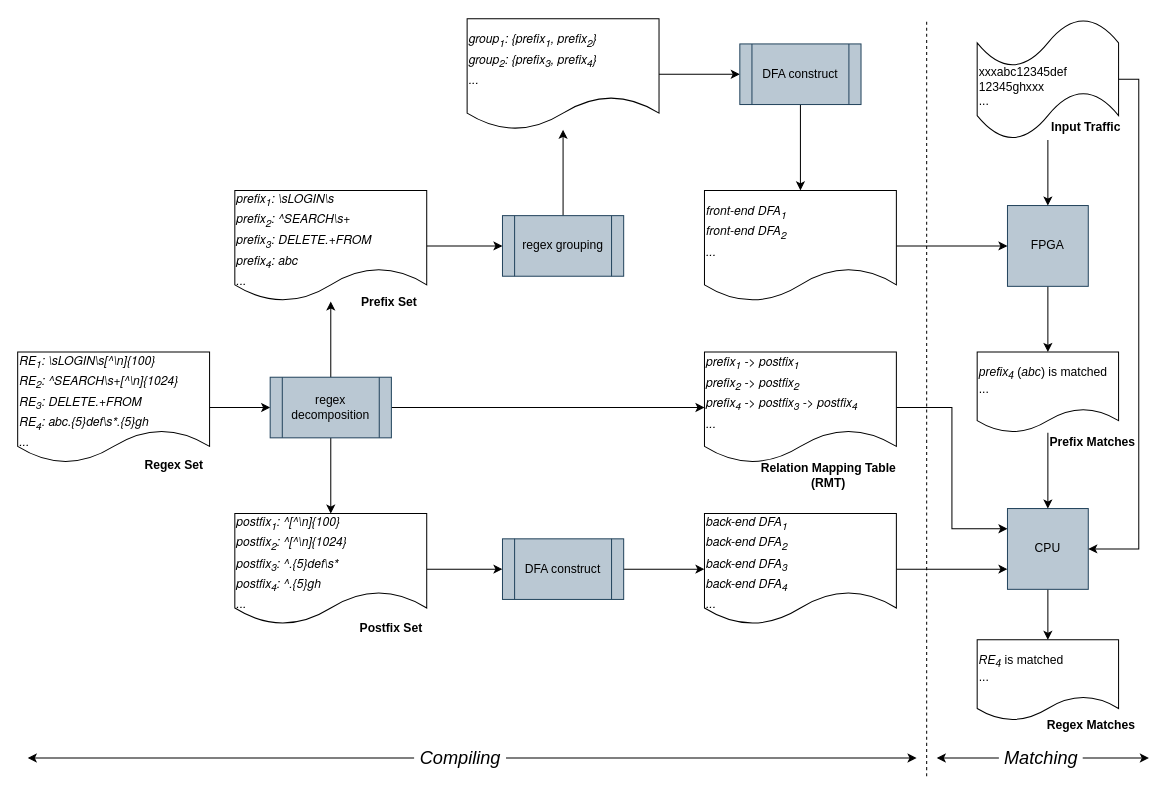
Earlier version of the draw.io diagram HFCA_arch_detail.drawio (daveMmd/hello-world). Source tidied: cells renumbered, new cells numbered last; positions are measured from the earlier drawing's top-left corner, leaving out a move shared by most shapes. Both pictures are drawn from the tidied source at 101%, with x=0, y=0 at pixel (17, 18).
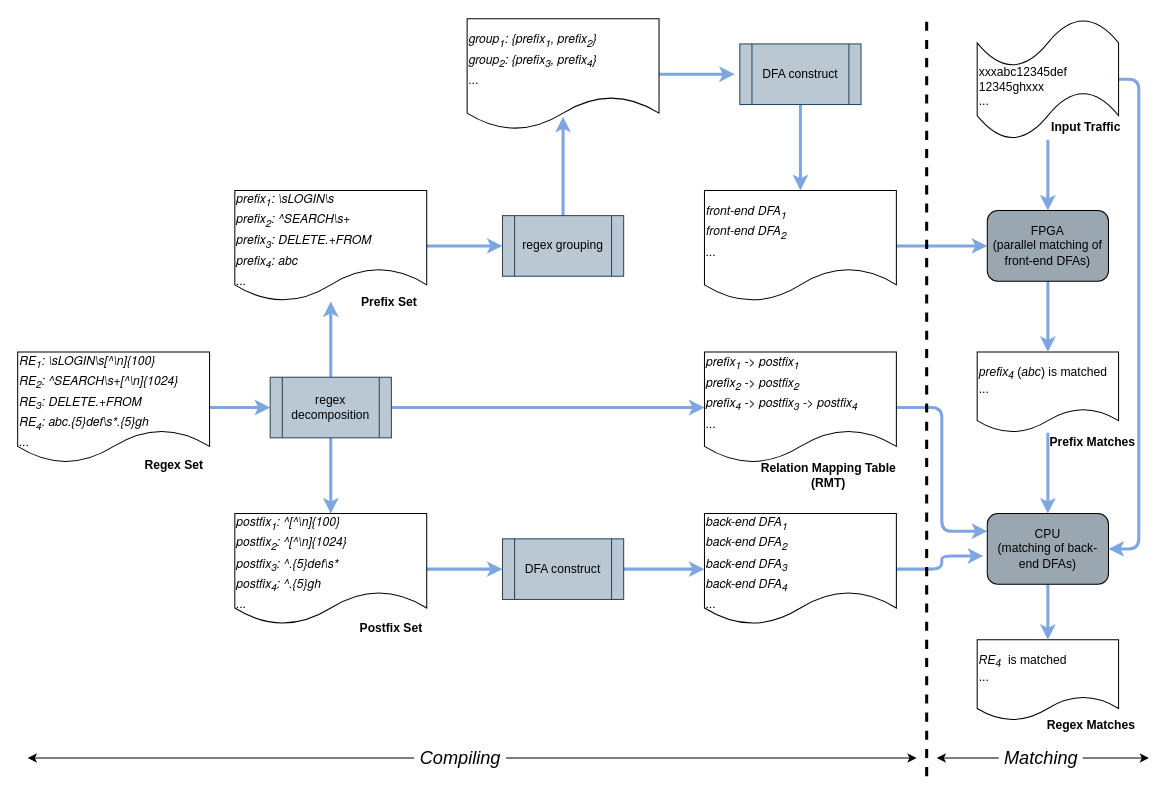
The same page after the edit.

The change refers to these unchanged cells:
```xml
<mxCell id="3" value="&lt;p class=&quot;p1&quot; style=&quot;margin: 0px ; font-stretch: normal ; line-height: normal ; font-family: &amp;#34;helvetica neue&amp;#34;&quot;&gt;&lt;font style=&quot;font-size: 12px&quot;&gt;&lt;i&gt;&lt;br&gt;&lt;/i&gt;&lt;/font&gt;&lt;/p&gt;&lt;p class=&quot;p1&quot; style=&quot;margin: 0px ; font-stretch: normal ; line-height: normal ; font-family: &amp;#34;helvetica neue&amp;#34;&quot;&gt;&lt;font style=&quot;font-size: 12px&quot;&gt;&lt;i&gt;RE&lt;sub&gt;1&lt;/sub&gt;: \sLOGIN\s[^\n]{100}&lt;/i&gt;&lt;br&gt;&lt;/font&gt;&lt;/p&gt;&lt;p class=&quot;p1&quot; style=&quot;margin: 0px ; font-stretch: normal ; line-height: normal ; font-family: &amp;#34;helvetica neue&amp;#34;&quot;&gt;&lt;span class=&quot;s1&quot;&gt;&lt;i&gt;&lt;font style=&quot;font-size: 12px&quot;&gt;RE&lt;sub&gt;2&lt;/sub&gt;: ^SEARCH\s+[^\n]{1024}&lt;/font&gt;&lt;/i&gt;&lt;/span&gt;&lt;/p&gt;&lt;p class=&quot;p1&quot; style=&quot;margin: 0px ; font-stretch: normal ; line-height: normal ; font-family: &amp;#34;helvetica neue&amp;#34;&quot;&gt;&lt;span class=&quot;s1&quot;&gt;&lt;i&gt;&lt;font style=&quot;font-size: 12px&quot;&gt;RE&lt;sub&gt;3&lt;/sub&gt;: DELETE.+FROM&lt;/font&gt;&lt;/i&gt;&lt;/span&gt;&lt;/p&gt;&lt;p class=&quot;p1&quot; style=&quot;margin: 0px ; font-stretch: normal ; line-height: normal ; font-family: &amp;#34;helvetica neue&amp;#34;&quot;&gt;&lt;span class=&quot;s1&quot;&gt;&lt;i&gt;&lt;font style=&quot;font-size: 12px&quot;&gt;RE&lt;sub&gt;4&lt;/sub&gt;: abc.{5}def\s*.{5}gh&lt;/font&gt;&lt;/i&gt;&lt;/span&gt;&lt;/p&gt;&lt;p class=&quot;p1&quot; style=&quot;margin: 0px ; font-stretch: normal ; line-height: normal ; font-family: &amp;#34;helvetica neue&amp;#34;&quot;&gt;&lt;span class=&quot;s1&quot;&gt;&lt;i&gt;&lt;font style=&quot;font-size: 12px&quot;&gt;...&lt;/font&gt;&lt;/i&gt;&lt;/span&gt;&lt;/p&gt;" style="shape=document;whiteSpace=wrap;html=1;boundedLbl=1;align=left;" parent="1" vertex="1">
  <mxGeometry y="330" width="190" height="110" as="geometry" />
</mxCell>
<mxCell id="7" value="regex decomposition" style="shape=process;whiteSpace=wrap;html=1;backgroundOutline=1;fillColor=#bac8d3;strokeColor=#23445d;" parent="1" vertex="1">
  <mxGeometry x="250" y="355" width="120" height="60" as="geometry" />
</mxCell>
<mxCell id="9" value="&lt;p class=&quot;p1&quot; style=&quot;margin: 0px ; font-stretch: normal ; line-height: normal&quot;&gt;&lt;font face=&quot;helvetica neue&quot; style=&quot;font-size: 12px&quot;&gt;&lt;i&gt;&lt;br&gt;&lt;/i&gt;&lt;/font&gt;&lt;/p&gt;&lt;p class=&quot;p1&quot; style=&quot;margin: 0px ; font-stretch: normal ; line-height: normal&quot;&gt;&lt;font face=&quot;helvetica neue&quot; style=&quot;font-size: 12px&quot;&gt;&lt;i&gt;prefix&lt;sub&gt;1&lt;/sub&gt;: \sLOGIN\s&lt;/i&gt;&lt;/font&gt;&lt;/p&gt;&lt;p class=&quot;p1&quot; style=&quot;margin: 0px ; font-stretch: normal ; line-height: normal&quot;&gt;&lt;font face=&quot;helvetica neue&quot; style=&quot;font-size: 12px&quot;&gt;&lt;i&gt;prefix&lt;sub&gt;2&lt;/sub&gt;: ^SEARCH\s+&lt;/i&gt;&lt;/font&gt;&lt;/p&gt;&lt;p class=&quot;p1&quot; style=&quot;margin: 0px ; font-stretch: normal ; line-height: normal&quot;&gt;&lt;font face=&quot;helvetica neue&quot; style=&quot;font-size: 12px&quot;&gt;&lt;i&gt;prefix&lt;sub&gt;3&lt;/sub&gt;: DELETE.+FROM&lt;/i&gt;&lt;/font&gt;&lt;/p&gt;&lt;p class=&quot;p1&quot; style=&quot;margin: 0px ; font-stretch: normal ; line-height: normal&quot;&gt;&lt;font face=&quot;helvetica neue&quot; style=&quot;font-size: 12px&quot;&gt;&lt;i&gt;prefix&lt;sub&gt;4&lt;/sub&gt;: abc&lt;/i&gt;&lt;/font&gt;&lt;/p&gt;&lt;p class=&quot;p1&quot; style=&quot;margin: 0px ; font-stretch: normal ; line-height: normal&quot;&gt;&lt;font face=&quot;helvetica neue&quot; style=&quot;font-size: 12px&quot;&gt;&lt;i&gt;...&lt;/i&gt;&lt;/font&gt;&lt;/p&gt;" style="shape=document;whiteSpace=wrap;html=1;boundedLbl=1;align=left;" parent="1" vertex="1">
  <mxGeometry x="215" y="170" width="190" height="110" as="geometry" />
</mxCell>
<mxCell id="11" value="&lt;p class=&quot;p1&quot; style=&quot;margin: 0px ; font-stretch: normal ; line-height: normal&quot;&gt;&lt;font face=&quot;helvetica neue&quot; style=&quot;font-size: 12px&quot;&gt;&lt;i&gt;&lt;br&gt;&lt;/i&gt;&lt;/font&gt;&lt;/p&gt;&lt;p class=&quot;p1&quot; style=&quot;margin: 0px ; font-stretch: normal ; line-height: normal&quot;&gt;&lt;font face=&quot;helvetica neue&quot; style=&quot;font-size: 12px&quot;&gt;&lt;i&gt;postfix&lt;sub&gt;1&lt;/sub&gt;: ^[^\n]{100}&lt;/i&gt;&lt;/font&gt;&lt;/p&gt;&lt;p class=&quot;p1&quot; style=&quot;margin: 0px ; font-stretch: normal ; line-height: normal&quot;&gt;&lt;font face=&quot;helvetica neue&quot; style=&quot;font-size: 12px&quot;&gt;&lt;i&gt;postfix&lt;sub&gt;2&lt;/sub&gt;: ^[^\n]{1024}&lt;/i&gt;&lt;/font&gt;&lt;/p&gt;&lt;p class=&quot;p1&quot; style=&quot;margin: 0px ; font-stretch: normal ; line-height: normal&quot;&gt;&lt;font face=&quot;helvetica neue&quot; style=&quot;font-size: 12px&quot;&gt;&lt;i&gt;postfix&lt;sub&gt;3&lt;/sub&gt;: ^.{5}def\s*&lt;/i&gt;&lt;/font&gt;&lt;/p&gt;&lt;p class=&quot;p1&quot; style=&quot;margin: 0px ; font-stretch: normal ; line-height: normal&quot;&gt;&lt;font face=&quot;helvetica neue&quot; style=&quot;font-size: 12px&quot;&gt;&lt;i&gt;postfix&lt;sub&gt;4&lt;/sub&gt;: ^.{5}gh&lt;/i&gt;&lt;/font&gt;&lt;/p&gt;&lt;p class=&quot;p1&quot; style=&quot;margin: 0px ; font-stretch: normal ; line-height: normal&quot;&gt;&lt;font face=&quot;helvetica neue&quot; style=&quot;font-size: 12px&quot;&gt;&lt;i&gt;...&lt;/i&gt;&lt;/font&gt;&lt;/p&gt;" style="shape=document;whiteSpace=wrap;html=1;boundedLbl=1;align=left;" parent="1" vertex="1">
  <mxGeometry x="215" y="490" width="190" height="110" as="geometry" />
</mxCell>
<mxCell id="13" value="regex grouping" style="shape=process;whiteSpace=wrap;html=1;backgroundOutline=1;fillColor=#bac8d3;strokeColor=#23445d;" parent="1" vertex="1">
  <mxGeometry x="480" y="195" width="120" height="60" as="geometry" />
</mxCell>
<mxCell id="15" value="&lt;p class=&quot;p1&quot; style=&quot;margin: 0px ; font-stretch: normal ; line-height: normal&quot;&gt;&lt;font face=&quot;helvetica neue&quot; style=&quot;font-size: 12px&quot;&gt;&lt;i&gt;group&lt;sub&gt;1&lt;/sub&gt;: {prefix&lt;sub&gt;1&lt;/sub&gt;, prefix&lt;sub&gt;2&lt;/sub&gt;}&lt;/i&gt;&lt;/font&gt;&lt;/p&gt;&lt;p class=&quot;p1&quot; style=&quot;margin: 0px ; font-stretch: normal ; line-height: normal&quot;&gt;&lt;font face=&quot;helvetica neue&quot; style=&quot;font-size: 12px&quot;&gt;&lt;i&gt;group&lt;sub&gt;2&lt;/sub&gt;: {prefix&lt;sub&gt;3&lt;/sub&gt;, prefix&lt;sub&gt;4&lt;/sub&gt;}&lt;/i&gt;&lt;/font&gt;&lt;/p&gt;&lt;p class=&quot;p1&quot; style=&quot;margin: 0px ; font-stretch: normal ; line-height: normal&quot;&gt;&lt;font face=&quot;helvetica neue&quot; style=&quot;font-size: 12px&quot;&gt;&lt;i&gt;...&lt;/i&gt;&lt;/font&gt;&lt;/p&gt;" style="shape=document;whiteSpace=wrap;html=1;boundedLbl=1;align=left;" parent="1" vertex="1">
  <mxGeometry x="445" width="190" height="110" as="geometry" />
</mxCell>
<mxCell id="17" value="DFA construct" style="shape=process;whiteSpace=wrap;html=1;backgroundOutline=1;fillColor=#bac8d3;strokeColor=#23445d;" parent="1" vertex="1">
  <mxGeometry x="715" y="25" width="120" height="60" as="geometry" />
</mxCell>
<mxCell id="19" value="DFA construct" style="shape=process;whiteSpace=wrap;html=1;backgroundOutline=1;fillColor=#bac8d3;strokeColor=#23445d;" parent="1" vertex="1">
  <mxGeometry x="480" y="515" width="120" height="60" as="geometry" />
</mxCell>
<mxCell id="21" value="&lt;p class=&quot;p1&quot; style=&quot;margin: 0px ; font-stretch: normal ; line-height: normal&quot;&gt;&lt;font face=&quot;helvetica neue&quot; style=&quot;font-size: 12px&quot;&gt;&lt;i&gt;front-end DFA&lt;sub&gt;1&lt;/sub&gt;&lt;/i&gt;&lt;/font&gt;&lt;/p&gt;&lt;p class=&quot;p1&quot; style=&quot;margin: 0px ; font-stretch: normal ; line-height: normal&quot;&gt;&lt;font face=&quot;helvetica neue&quot; style=&quot;font-size: 12px&quot;&gt;&lt;i&gt;front-end DFA&lt;sub&gt;2&lt;/sub&gt;&lt;/i&gt;&lt;/font&gt;&lt;/p&gt;&lt;p class=&quot;p1&quot; style=&quot;margin: 0px ; font-stretch: normal ; line-height: normal&quot;&gt;&lt;font face=&quot;helvetica neue&quot; style=&quot;font-size: 12px&quot;&gt;&lt;i&gt;...&lt;/i&gt;&lt;/font&gt;&lt;/p&gt;" style="shape=document;whiteSpace=wrap;html=1;boundedLbl=1;align=left;" parent="1" vertex="1">
  <mxGeometry x="680" y="170" width="190" height="110" as="geometry" />
</mxCell>
<mxCell id="23" value="&lt;p class=&quot;p1&quot; style=&quot;margin: 0px ; font-stretch: normal ; line-height: normal&quot;&gt;&lt;font face=&quot;helvetica neue&quot; style=&quot;font-size: 12px&quot;&gt;&lt;i&gt;&lt;br&gt;&lt;/i&gt;&lt;/font&gt;&lt;/p&gt;&lt;p class=&quot;p1&quot; style=&quot;margin: 0px ; font-stretch: normal ; line-height: normal&quot;&gt;&lt;font face=&quot;helvetica neue&quot; style=&quot;font-size: 12px&quot;&gt;&lt;i&gt;back-end DFA&lt;sub&gt;1&lt;/sub&gt;&lt;/i&gt;&lt;/font&gt;&lt;/p&gt;&lt;p class=&quot;p1&quot; style=&quot;margin: 0px ; font-stretch: normal ; line-height: normal&quot;&gt;&lt;font face=&quot;helvetica neue&quot; style=&quot;font-size: 12px&quot;&gt;&lt;i&gt;back-end DFA&lt;sub&gt;2&lt;/sub&gt;&lt;/i&gt;&lt;/font&gt;&lt;/p&gt;&lt;p class=&quot;p1&quot; style=&quot;margin: 0px ; font-stretch: normal ; line-height: normal&quot;&gt;&lt;font face=&quot;helvetica neue&quot; style=&quot;font-size: 12px&quot;&gt;&lt;i&gt;back-end DFA&lt;sub&gt;3&lt;/sub&gt;&lt;/i&gt;&lt;/font&gt;&lt;/p&gt;&lt;p class=&quot;p1&quot; style=&quot;margin: 0px ; font-stretch: normal ; line-height: normal&quot;&gt;&lt;font face=&quot;helvetica neue&quot; style=&quot;font-size: 12px&quot;&gt;&lt;i&gt;back-end DFA&lt;sub&gt;4&lt;/sub&gt;&lt;/i&gt;&lt;/font&gt;&lt;/p&gt;&lt;p class=&quot;p1&quot; style=&quot;margin: 0px ; font-stretch: normal ; line-height: normal&quot;&gt;&lt;font face=&quot;helvetica neue&quot; style=&quot;font-size: 12px&quot;&gt;&lt;i&gt;...&lt;/i&gt;&lt;/font&gt;&lt;/p&gt;" style="shape=document;whiteSpace=wrap;html=1;boundedLbl=1;align=left;" parent="1" vertex="1">
  <mxGeometry x="680" y="490" width="190" height="110" as="geometry" />
</mxCell>
<mxCell id="25" value="&lt;p class=&quot;p1&quot; style=&quot;margin: 0px ; font-stretch: normal ; line-height: normal&quot;&gt;&lt;font face=&quot;helvetica neue&quot; style=&quot;font-size: 12px&quot;&gt;&lt;i&gt;prefix&lt;sub&gt;1&lt;/sub&gt; -&amp;gt; postfix&lt;sub&gt;1&lt;/sub&gt;&lt;/i&gt;&lt;/font&gt;&lt;/p&gt;&lt;p class=&quot;p1&quot; style=&quot;margin: 0px ; font-stretch: normal ; line-height: normal&quot;&gt;&lt;font face=&quot;helvetica neue&quot; style=&quot;font-size: 12px&quot;&gt;&lt;i&gt;prefix&lt;sub&gt;2&lt;/sub&gt; -&amp;gt; postfix&lt;sub&gt;2&lt;/sub&gt;&lt;/i&gt;&lt;/font&gt;&lt;/p&gt;&lt;p class=&quot;p1&quot; style=&quot;margin: 0px ; font-stretch: normal ; line-height: normal&quot;&gt;&lt;font face=&quot;helvetica neue&quot; style=&quot;font-size: 12px&quot;&gt;&lt;i&gt;prefix&lt;sub&gt;4&lt;/sub&gt; -&amp;gt; postfix&lt;sub&gt;3&lt;/sub&gt; -&amp;gt; postfix&lt;sub&gt;4&lt;/sub&gt;&lt;/i&gt;&lt;/font&gt;&lt;/p&gt;&lt;p class=&quot;p1&quot; style=&quot;margin: 0px ; font-stretch: normal ; line-height: normal&quot;&gt;&lt;font face=&quot;helvetica neue&quot; style=&quot;font-size: 12px&quot;&gt;&lt;i&gt;...&lt;/i&gt;&lt;/font&gt;&lt;/p&gt;" style="shape=document;whiteSpace=wrap;html=1;boundedLbl=1;align=left;" parent="1" vertex="1">
  <mxGeometry x="680" y="330" width="190" height="110" as="geometry" />
</mxCell>
<mxCell id="32" value="&lt;br&gt;xxxabc12345def&lt;br&gt;12345ghxxx&lt;br&gt;..." style="shape=tape;whiteSpace=wrap;html=1;align=left;" parent="1" vertex="1">
  <mxGeometry x="950" width="140" height="120" as="geometry" />
</mxCell>
<mxCell id="34" value="&lt;i&gt;prefix&lt;sub&gt;4&lt;/sub&gt;&lt;/i&gt; (&lt;i&gt;abc&lt;/i&gt;) is matched&lt;br&gt;..." style="shape=document;whiteSpace=wrap;html=1;boundedLbl=1;align=left;" parent="1" vertex="1">
  <mxGeometry x="950" y="330" width="140" height="80" as="geometry" />
</mxCell>
```

The edit, as a diff of the source:
```diff
@@
-    <mxCell id="2" style="edgeStyle=orthogonalEdgeStyle;rounded=0;jettySize=auto;html=1;exitX=1;exitY=0.5;exitDx=0;exitDy=0;entryX=0;entryY=0.5;entryDx=0;entryDy=0;" parent="1" edge="1" source="3" target="7">
+    <mxCell id="2" style="edgeStyle=orthogonalEdgeStyle;rounded=1;sketch=0;jumpSize=25;jettySize=auto;html=1;exitX=1;exitY=0.5;exitDx=0;exitDy=0;entryX=0;entryY=0.5;entryDx=0;entryDy=0;shadow=0;strokeColor=#7EA6E0;strokeWidth=3;" parent="1" edge="1" source="3" target="7">
       <mxGeometry relative="1" as="geometry" />
     </mxCell>
@@
-    <mxCell id="4" style="edgeStyle=orthogonalEdgeStyle;rounded=0;jettySize=auto;html=1;exitX=0.5;exitY=0;exitDx=0;exitDy=0;" parent="1" edge="1" source="7" target="9">
+    <mxCell id="4" style="edgeStyle=orthogonalEdgeStyle;rounded=1;sketch=0;jumpSize=25;jettySize=auto;html=1;exitX=0.5;exitY=0;exitDx=0;exitDy=0;shadow=0;strokeColor=#7EA6E0;strokeWidth=3;" parent="1" edge="1" source="7" target="9">
       <mxGeometry relative="1" as="geometry" />
     </mxCell>
-    <mxCell id="5" style="edgeStyle=orthogonalEdgeStyle;rounded=0;jettySize=auto;html=1;exitX=0.5;exitY=1;exitDx=0;exitDy=0;entryX=0.5;entryY=0;entryDx=0;entryDy=0;" parent="1" edge="1" source="7" target="11">
+    <mxCell id="5" style="edgeStyle=orthogonalEdgeStyle;rounded=1;sketch=0;jumpSize=25;jettySize=auto;html=1;exitX=0.5;exitY=1;exitDx=0;exitDy=0;entryX=0.5;entryY=0;entryDx=0;entryDy=0;shadow=0;strokeColor=#7EA6E0;strokeWidth=3;" parent="1" edge="1" source="7" target="11">
       <mxGeometry relative="1" as="geometry" />
     </mxCell>
-    <mxCell id="6" style="edgeStyle=orthogonalEdgeStyle;rounded=0;jettySize=auto;html=1;" parent="1" edge="1" source="7" target="25">
+    <mxCell id="6" style="edgeStyle=orthogonalEdgeStyle;rounded=1;sketch=0;jumpSize=25;jettySize=auto;html=1;exitX=1;exitY=0.5;exitDx=0;exitDy=0;entryX=0;entryY=0.5;entryDx=0;entryDy=0;shadow=0;strokeColor=#7EA6E0;strokeWidth=3;" parent="1" edge="1" source="7" target="25">
       <mxGeometry relative="1" as="geometry" />
     </mxCell>
@@
-    <mxCell id="8" style="edgeStyle=orthogonalEdgeStyle;rounded=0;jettySize=auto;html=1;exitX=1;exitY=0.5;exitDx=0;exitDy=0;entryX=0;entryY=0.5;entryDx=0;entryDy=0;" parent="1" edge="1" source="9" target="13">
+    <mxCell id="8" style="edgeStyle=orthogonalEdgeStyle;rounded=1;sketch=0;jumpSize=25;jettySize=auto;html=1;entryX=0;entryY=0.5;entryDx=0;entryDy=0;shadow=0;strokeColor=#7EA6E0;strokeWidth=3;" parent="1" edge="1" source="9" target="13">
       <mxGeometry relative="1" as="geometry" />
     </mxCell>
@@
-    <mxCell id="10" style="edgeStyle=orthogonalEdgeStyle;rounded=0;jettySize=auto;html=1;" parent="1" edge="1" source="11" target="19">
+    <mxCell id="10" style="edgeStyle=orthogonalEdgeStyle;rounded=1;sketch=0;jumpSize=25;jettySize=auto;html=1;entryX=0;entryY=0.5;entryDx=0;entryDy=0;shadow=0;strokeColor=#7EA6E0;strokeWidth=3;" parent="1" edge="1" source="11" target="19">
       <mxGeometry relative="1" as="geometry" />
     </mxCell>
@@
-    <mxCell id="12" style="edgeStyle=orthogonalEdgeStyle;rounded=0;jettySize=auto;html=1;" parent="1" edge="1" source="13" target="15">
+    <mxCell id="12" style="edgeStyle=orthogonalEdgeStyle;rounded=1;sketch=0;jumpSize=25;jettySize=auto;html=1;exitX=0.5;exitY=0;exitDx=0;exitDy=0;entryX=0.5;entryY=0.882;entryDx=0;entryDy=0;entryPerimeter=0;shadow=0;strokeColor=#7EA6E0;strokeWidth=3;" parent="1" edge="1" source="13" target="15">
       <mxGeometry relative="1" as="geometry" />
     </mxCell>
@@
-    <mxCell id="14" style="edgeStyle=orthogonalEdgeStyle;rounded=0;jettySize=auto;html=1;" parent="1" edge="1" source="15" target="17">
-      <mxGeometry relative="1" as="geometry" />
-    </mxCell>
+    <mxCell id="48" style="edgeStyle=orthogonalEdgeStyle;rounded=1;sketch=0;jumpSize=25;jettySize=auto;html=1;exitX=1;exitY=0.5;exitDx=0;exitDy=0;shadow=0;strokeColor=#7EA6E0;strokeWidth=3;" parent="1" edge="1" source="15">
+      <mxGeometry relative="1" as="geometry">
+        <mxPoint x="710" y="55" as="targetPoint" />
+      </mxGeometry>
+    </mxCell>
@@
-    <mxCell id="16" style="edgeStyle=orthogonalEdgeStyle;rounded=0;jettySize=auto;html=1;" parent="1" edge="1" source="17" target="21">
+    <mxCell id="16" style="edgeStyle=orthogonalEdgeStyle;rounded=1;sketch=0;jumpSize=25;jettySize=auto;html=1;shadow=0;strokeColor=#7EA6E0;strokeWidth=3;entryX=0.5;entryY=0;entryDx=0;entryDy=0;" parent="1" edge="1" source="17" target="21">
       <mxGeometry relative="1" as="geometry" />
     </mxCell>
@@
-    <mxCell id="18" style="edgeStyle=orthogonalEdgeStyle;rounded=0;jettySize=auto;html=1;" parent="1" edge="1" source="19" target="23">
+    <mxCell id="18" style="edgeStyle=orthogonalEdgeStyle;rounded=1;sketch=0;jumpSize=25;jettySize=auto;html=1;entryX=0;entryY=0.5;entryDx=0;entryDy=0;shadow=0;strokeColor=#7EA6E0;strokeWidth=3;" parent="1" edge="1" source="19" target="23">
       <mxGeometry relative="1" as="geometry" />
     </mxCell>
@@
-    <mxCell id="20" style="edgeStyle=orthogonalEdgeStyle;rounded=0;jettySize=auto;html=1;" parent="1" edge="1" source="21" target="27">
-      <mxGeometry relative="1" as="geometry" />
-    </mxCell>
+    <mxCell id="49" style="edgeStyle=orthogonalEdgeStyle;rounded=1;sketch=0;jumpSize=25;jettySize=auto;html=1;exitX=1;exitY=0.5;exitDx=0;exitDy=0;shadow=0;strokeColor=#7EA6E0;strokeWidth=3;entryX=0;entryY=0.5;entryDx=0;entryDy=0;" parent="1" edge="1" source="21" target="56">
+      <mxGeometry relative="1" as="geometry" />
+    </mxCell>
@@
-    <mxCell id="22" style="edgeStyle=orthogonalEdgeStyle;rounded=0;jettySize=auto;html=1;exitX=1;exitY=0.5;exitDx=0;exitDy=0;entryX=0;entryY=0.75;entryDx=0;entryDy=0;" parent="1" edge="1" source="23" target="29">
-      <mxGeometry relative="1" as="geometry" />
-    </mxCell>
+    <mxCell id="50" style="edgeStyle=orthogonalEdgeStyle;rounded=1;sketch=0;jumpSize=25;jettySize=auto;html=1;exitX=1;exitY=0.5;exitDx=0;exitDy=0;entryX=-0.033;entryY=0.6;entryDx=0;entryDy=0;entryPerimeter=0;shadow=0;strokeColor=#7EA6E0;strokeWidth=3;" parent="1" edge="1" source="23" target="58">
+      <mxGeometry relative="1" as="geometry" />
+    </mxCell>
@@
-    <mxCell id="24" style="edgeStyle=orthogonalEdgeStyle;rounded=0;jettySize=auto;html=1;entryX=0;entryY=0.25;entryDx=0;entryDy=0;" parent="1" edge="1" source="25" target="29">
-      <mxGeometry relative="1" as="geometry" />
-    </mxCell>
+    <mxCell id="51" style="edgeStyle=orthogonalEdgeStyle;rounded=1;sketch=0;jumpSize=25;jettySize=auto;html=1;exitX=1;exitY=0.5;exitDx=0;exitDy=0;entryX=0;entryY=0.25;entryDx=0;entryDy=0;shadow=0;strokeColor=#7EA6E0;strokeWidth=3;" parent="1" edge="1" source="25" target="58">
+      <mxGeometry relative="1" as="geometry" />
+    </mxCell>
@@
-    <mxCell id="26" style="edgeStyle=orthogonalEdgeStyle;rounded=0;jettySize=auto;html=1;" parent="1" edge="1" source="27" target="34">
-      <mxGeometry relative="1" as="geometry" />
-    </mxCell>
-    <mxCell id="27" value="FPGA" style="whiteSpace=wrap;html=1;fillColor=#bac8d3;strokeColor=#23445d;" parent="1" vertex="1">
-      <mxGeometry x="980" y="185" width="80" height="80" as="geometry" />
-    </mxCell>
-    <mxCell id="28" style="edgeStyle=orthogonalEdgeStyle;rounded=0;jettySize=auto;html=1;" parent="1" edge="1" source="29" target="35">
-      <mxGeometry relative="1" as="geometry" />
-    </mxCell>
-    <mxCell id="29" value="CPU" style="whiteSpace=wrap;html=1;fillColor=#bac8d3;strokeColor=#23445d;" parent="1" vertex="1">
-      <mxGeometry x="980" y="485" width="80" height="80" as="geometry" />
-    </mxCell>
-    <mxCell id="30" style="edgeStyle=orthogonalEdgeStyle;rounded=0;jettySize=auto;html=1;" parent="1" edge="1" source="32" target="27">
-      <mxGeometry relative="1" as="geometry" />
-    </mxCell>
-    <mxCell id="31" style="edgeStyle=orthogonalEdgeStyle;rounded=0;jettySize=auto;html=1;entryX=1;entryY=0.5;entryDx=0;entryDy=0;exitX=1;exitY=0.5;exitDx=0;exitDy=0;exitPerimeter=0;" parent="1" edge="1" source="32" target="29">
-      <mxGeometry relative="1" as="geometry" />
-    </mxCell>
+    <mxCell id="52" style="edgeStyle=orthogonalEdgeStyle;rounded=1;sketch=0;jumpSize=25;jettySize=auto;html=1;entryX=1;entryY=0.5;entryDx=0;entryDy=0;shadow=0;strokeColor=#7EA6E0;strokeWidth=3;" parent="1" edge="1" source="32" target="58">
+      <mxGeometry relative="1" as="geometry">
+        <Array as="points">
+          <mxPoint x="1110" y="60" />
+          <mxPoint x="1110" y="525" />
+        </Array>
+      </mxGeometry>
+    </mxCell>
+    <mxCell id="53" style="edgeStyle=orthogonalEdgeStyle;rounded=1;sketch=0;jumpSize=25;jettySize=auto;html=1;shadow=0;strokeColor=#7EA6E0;strokeWidth=3;" parent="1" edge="1" source="32" target="56">
+      <mxGeometry relative="1" as="geometry" />
+    </mxCell>
@@
-    <mxCell id="33" style="edgeStyle=orthogonalEdgeStyle;rounded=0;jettySize=auto;html=1;" parent="1" edge="1" source="34" target="29">
-      <mxGeometry relative="1" as="geometry" />
-    </mxCell>
+    <mxCell id="54" style="edgeStyle=orthogonalEdgeStyle;rounded=1;sketch=0;jumpSize=25;jettySize=auto;html=1;entryX=0.5;entryY=0;entryDx=0;entryDy=0;shadow=0;strokeColor=#7EA6E0;strokeWidth=3;" parent="1" edge="1" source="34" target="58">
+      <mxGeometry relative="1" as="geometry" />
+    </mxCell>
@@
-    <mxCell id="35" value="&lt;i&gt;RE&lt;sub&gt;4&lt;/sub&gt;&lt;/i&gt; is matched&lt;br&gt;..." style="shape=document;whiteSpace=wrap;html=1;boundedLbl=1;align=left;" parent="1" vertex="1">
+    <mxCell id="35" value="&lt;i&gt;RE&lt;sub&gt;4&lt;/sub&gt;&lt;/i&gt;&amp;nbsp; is matched&lt;br&gt;..." style="shape=document;whiteSpace=wrap;html=1;boundedLbl=1;align=left;" parent="1" vertex="1">
       <mxGeometry x="950" y="615" width="140" height="80" as="geometry" />
     </mxCell>
@@
-    <mxCell id="43" style="endArrow=none;dashed=1;html=1;" parent="1" edge="1">
+    <mxCell id="43" style="endArrow=none;dashed=1;html=1;strokeWidth=3;" parent="1" edge="1">
       <mxGeometry relative="1" as="geometry">
         <mxPoint x="900" y="750" as="sourcePoint" />
         <mxPoint x="900" as="targetPoint" />
       </mxGeometry>
     </mxCell>
@@
+    <mxCell id="55" style="edgeStyle=orthogonalEdgeStyle;rounded=1;sketch=0;jumpSize=25;jettySize=auto;html=1;entryX=0.5;entryY=0;entryDx=0;entryDy=0;shadow=0;strokeColor=#7EA6E0;strokeWidth=3;" parent="1" edge="1" source="56" target="34">
+      <mxGeometry relative="1" as="geometry" />
+    </mxCell>
+    <mxCell id="56" value="FPGA&lt;br&gt;(parallel matching of front-end DFAs)" style="rounded=1;whiteSpace=wrap;html=1;shadow=0;glass=0;sketch=0;fillColor=#9BA7B0;" parent="1" vertex="1">
+      <mxGeometry x="960" y="190" width="120" height="70" as="geometry" />
+    </mxCell>
+    <mxCell id="57" style="edgeStyle=orthogonalEdgeStyle;rounded=1;sketch=0;jumpSize=25;jettySize=auto;html=1;entryX=0.5;entryY=0;entryDx=0;entryDy=0;shadow=0;strokeColor=#7EA6E0;strokeWidth=3;" parent="1" edge="1" source="58" target="35">
+      <mxGeometry relative="1" as="geometry" />
+    </mxCell>
+    <mxCell id="58" value="CPU&lt;br&gt;(matching of back-end DFAs)" style="rounded=1;whiteSpace=wrap;html=1;shadow=0;glass=0;sketch=0;fillColor=#9BA7B0;" parent="1" vertex="1">
+      <mxGeometry x="960" y="490" width="120" height="70" as="geometry" />
+    </mxCell>
```
